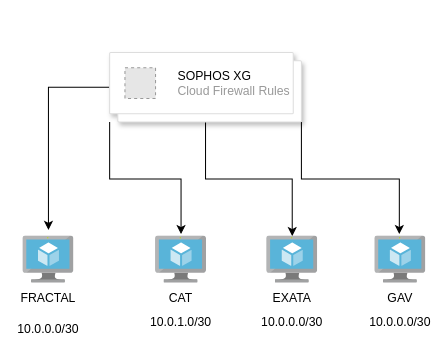
The draw.io diagram Diagrama sem nome.drawio in wmourati/diagrams, before the edit. Source tidied: cells renumbered, new cells numbered last; positions are measured from the earlier drawing's top-left corner, leaving out a move shared by most shapes. Both pictures are drawn from the tidied source at 102%, with x=0, y=0 at pixel (17, 52). Pictures stored in the file or linked from it are replaced by grey dashed boxes.
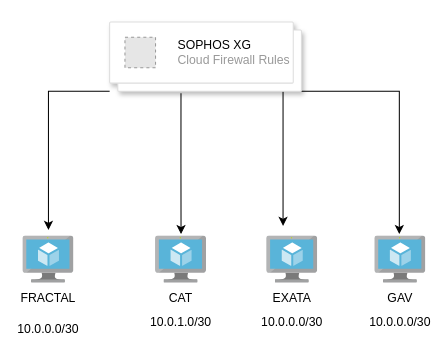
Above is the later version.

Unchanged cells that the change refers to:
```xml
<mxCell id="8" style="image;sketch=0;html=1;points=[];align=center;fontSize=12;image=img/lib/mscae/Virtual_Machine.svg;" parent="1" vertex="1">
  <mxGeometry x="5" y="180" width="50" height="46" as="geometry" />
</mxCell>
<mxCell id="10" style="image;sketch=0;html=1;points=[];align=center;fontSize=12;image=img/lib/mscae/Virtual_Machine.svg;" parent="1" vertex="1">
  <mxGeometry x="135" y="180" width="50" height="46" as="geometry" />
</mxCell>
<mxCell id="12" style="image;sketch=0;html=1;points=[];align=center;fontSize=12;image=img/lib/mscae/Virtual_Machine.svg;" parent="1" vertex="1">
  <mxGeometry x="244" y="180" width="50" height="46" as="geometry" />
</mxCell>
<mxCell id="14" style="image;sketch=0;html=1;points=[];align=center;fontSize=12;image=img/lib/mscae/Virtual_Machine.svg;" parent="1" vertex="1">
  <mxGeometry x="350" y="180" width="50" height="46" as="geometry" />
</mxCell>
```

Change to the diagram source:
```diff
@@
-    <mxCell id="2" style="edgeStyle=orthogonalEdgeStyle;rounded=0;jettySize=auto;html=1;entryX=0.5;entryY=-0.13;entryDx=0;entryDy=0;entryPerimeter=0;exitX=0;exitY=0.5;exitDx=0;exitDy=0;" parent="1" edge="1" source="6" target="8">
-      <mxGeometry relative="1" as="geometry" />
+    <mxCell id="2" style="edgeStyle=orthogonalEdgeStyle;rounded=0;jettySize=auto;html=1;entryX=0.5;entryY=-0.13;entryDx=0;entryDy=0;entryPerimeter=0;exitX=0;exitY=1;exitDx=0;exitDy=0;" parent="1" edge="1" source="6" target="8">
+      <mxGeometry relative="1" as="geometry">
+        <Array as="points">
+          <mxPoint x="30" y="38" />
+        </Array>
+      </mxGeometry>
     </mxCell>
-    <mxCell id="3" style="edgeStyle=orthogonalEdgeStyle;rounded=0;jettySize=auto;html=1;exitX=0;exitY=1;exitDx=0;exitDy=0;entryX=0.5;entryY=-0.043;entryDx=0;entryDy=0;entryPerimeter=0;" parent="1" edge="1" source="6" target="10">
+    <mxCell id="3" style="edgeStyle=orthogonalEdgeStyle;rounded=0;jettySize=auto;html=1;exitX=0.372;exitY=1.029;exitDx=0;exitDy=0;entryX=0.5;entryY=-0.043;entryDx=0;entryDy=0;entryPerimeter=0;exitPerimeter=0;" parent="1" edge="1" source="6" target="10">
       <mxGeometry relative="1" as="geometry" />
     </mxCell>
-    <mxCell id="4" style="edgeStyle=orthogonalEdgeStyle;rounded=0;jettySize=auto;html=1;" parent="1" edge="1" source="6" target="12">
-      <mxGeometry relative="1" as="geometry" />
+    <mxCell id="4" style="edgeStyle=orthogonalEdgeStyle;rounded=0;jettySize=auto;html=1;" parent="1" edge="1" source="6">
+      <mxGeometry relative="1" as="geometry">
+        <mxPoint x="260" y="170" as="targetPoint" />
+        <Array as="points">
+          <mxPoint x="260" y="70" />
+          <mxPoint x="260" y="70" />
+        </Array>
+      </mxGeometry>
     </mxCell>
     <mxCell id="5" style="edgeStyle=orthogonalEdgeStyle;rounded=0;jettySize=auto;html=1;exitX=1;exitY=1;exitDx=0;exitDy=0;entryX=0.48;entryY=-0.043;entryDx=0;entryDy=0;entryPerimeter=0;" parent="1" edge="1" source="6" target="14">
-      <mxGeometry relative="1" as="geometry" />
+      <mxGeometry relative="1" as="geometry">
+        <Array as="points">
+          <mxPoint x="374" y="38" />
+        </Array>
+      </mxGeometry>
     </mxCell>
     <mxCell id="6" style="shape=mxgraph.gcp2.doubleRect;strokeColor=#dddddd;shadow=1;strokeWidth=1;rounded=1;absoluteArcSize=1;arcSize=2;" parent="1" vertex="1">
-      <mxGeometry x="90" width="188" height="68" as="geometry" />
+      <mxGeometry x="90" y="-30" width="188" height="68" as="geometry" />
     </mxCell>
```
